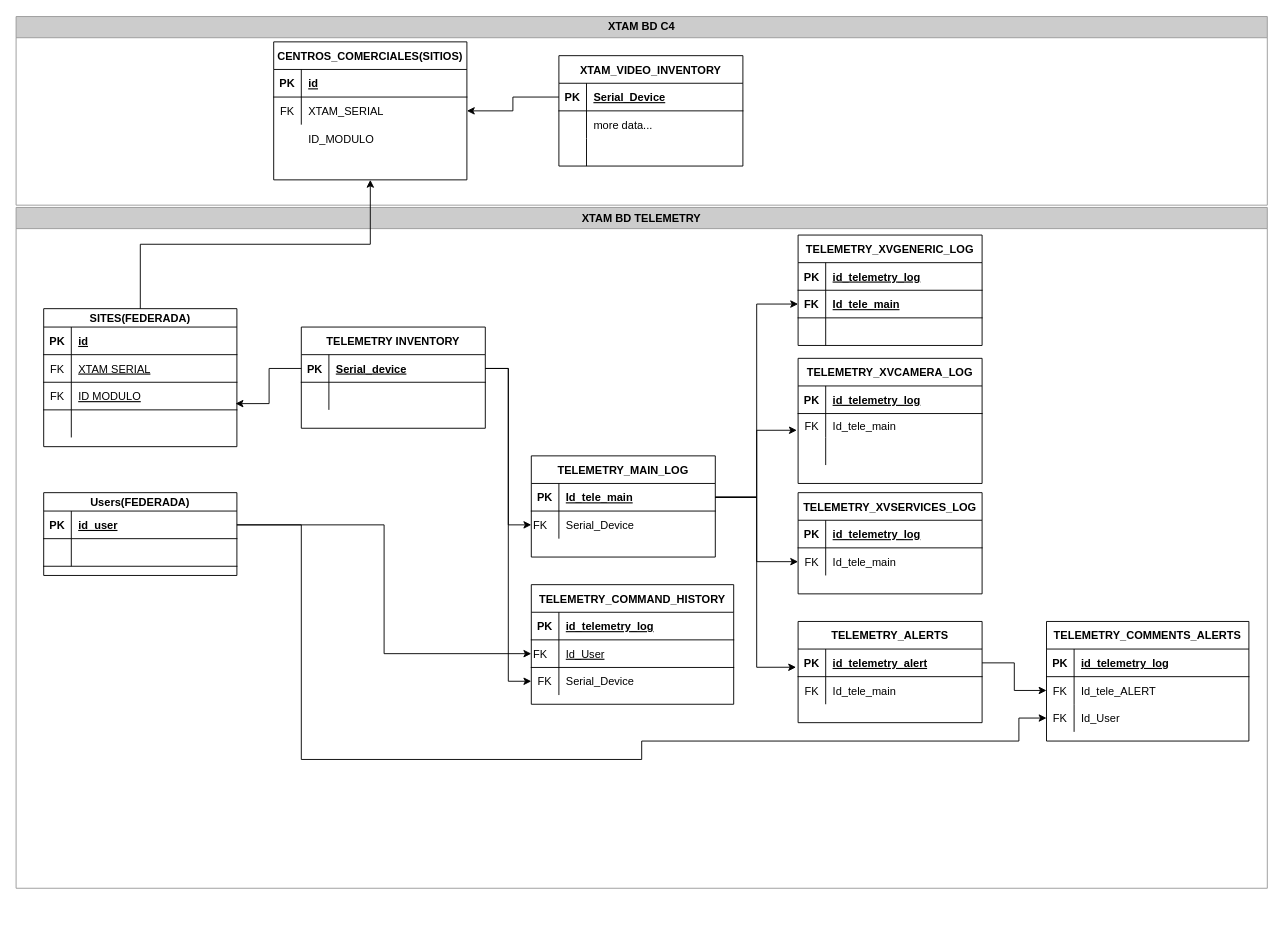
The draw.io diagram BDMODELOER.drawio in FelipeHurtado/BPMN_EXPERIMIENTO, before the edit. Source tidied: cells renumbered, new cells numbered last; positions are measured from the earlier drawing's top-left corner, leaving out a move shared by most shapes. Both pictures are drawn from the tidied source at 92%, with x=0, y=0 at pixel (16, 16).
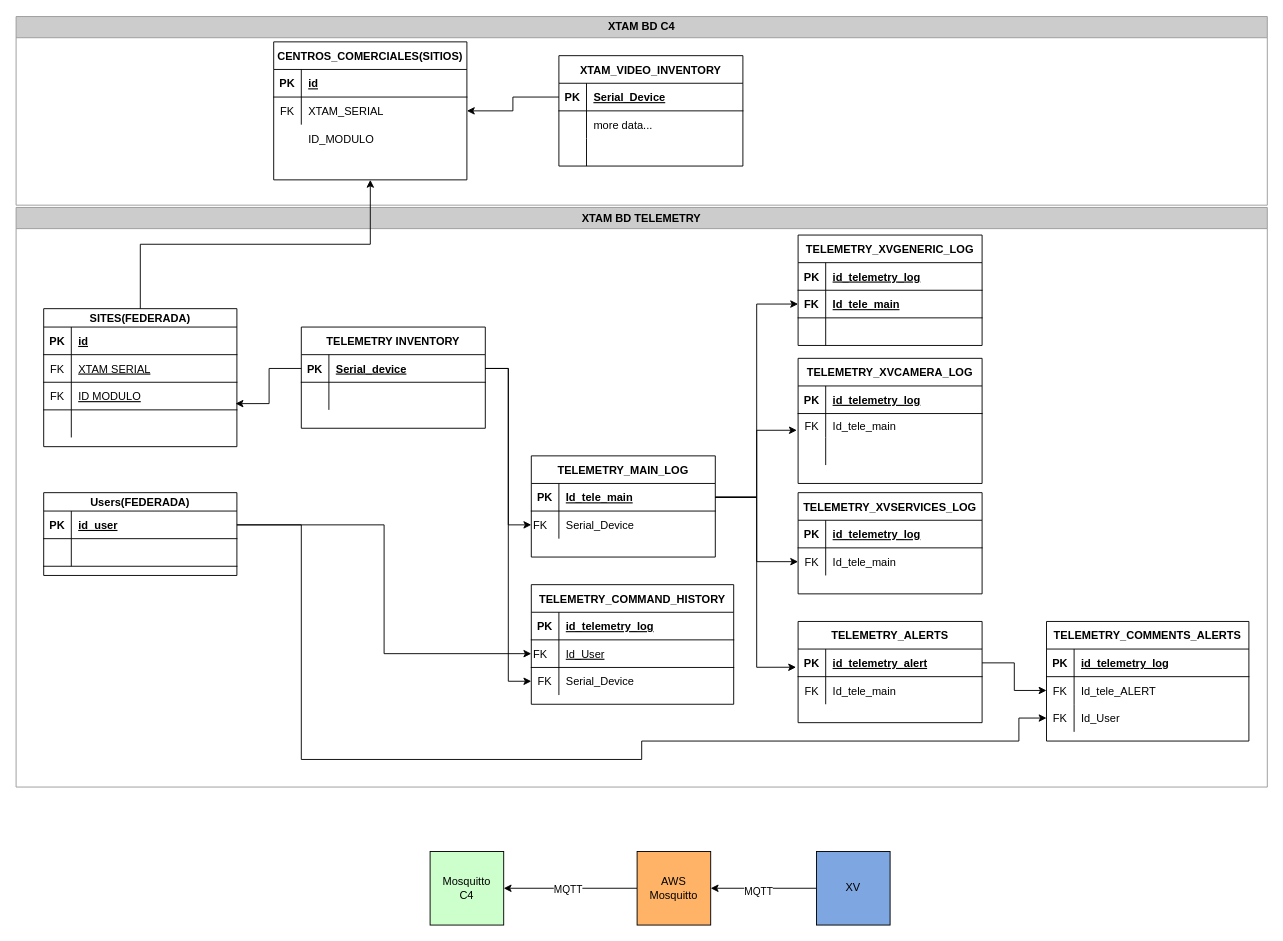
Above is the later version.

What changed in the source:
```diff
@@
     <mxCell id="2" value="XTAM BD TELEMETRY" style="swimlane;whiteSpace=wrap;html=1;fillColor=#CCCCCC;strokeColor=#999999;" parent="1" vertex="1">
-      <mxGeometry y="208" width="1360" height="740" as="geometry" />
+      <mxGeometry y="208" width="1360" height="630" as="geometry" />
     </mxCell>
@@
+    <mxCell id="122" value="Mosquitto&lt;br&gt;C4" style="whiteSpace=wrap;html=1;fillColor=#CCFFCC;" parent="1" vertex="1">
+      <mxGeometry x="450" y="908" width="80" height="80" as="geometry" />
+    </mxCell>
+    <mxCell id="123" style="edgeStyle=orthogonalEdgeStyle;rounded=0;jettySize=auto;html=1;entryX=1;entryY=0.5;entryDx=0;entryDy=0;" parent="1" edge="1" source="125" target="122">
+      <mxGeometry relative="1" as="geometry" />
+    </mxCell>
+    <mxCell id="124" value="MQTT" style="edgeLabel;html=1;align=center;verticalAlign=middle;" parent="123" vertex="1">
+      <mxGeometry x="0.05" y="1" relative="1" as="geometry" />
+    </mxCell>
+    <mxCell id="125" value="AWS&lt;br&gt;Mosquitto" style="whiteSpace=wrap;html=1;fillColor=#FFB366;" parent="1" vertex="1">
+      <mxGeometry x="675" y="908" width="80" height="80" as="geometry" />
+    </mxCell>
+    <mxCell id="126" style="edgeStyle=orthogonalEdgeStyle;rounded=0;jettySize=auto;html=1;exitX=0;exitY=0.5;exitDx=0;exitDy=0;" parent="1" edge="1" source="128" target="125">
+      <mxGeometry relative="1" as="geometry" />
+    </mxCell>
+    <mxCell id="127" value="MQTT" style="edgeLabel;html=1;align=center;verticalAlign=middle;" parent="126" vertex="1">
+      <mxGeometry x="0.12" y="3" relative="1" as="geometry" />
+    </mxCell>
+    <mxCell id="128" value="XV" style="whiteSpace=wrap;html=1;fillColor=#7EA6E0;" parent="1" vertex="1">
+      <mxGeometry x="870" y="908" width="80" height="80" as="geometry" />
+    </mxCell>
```
